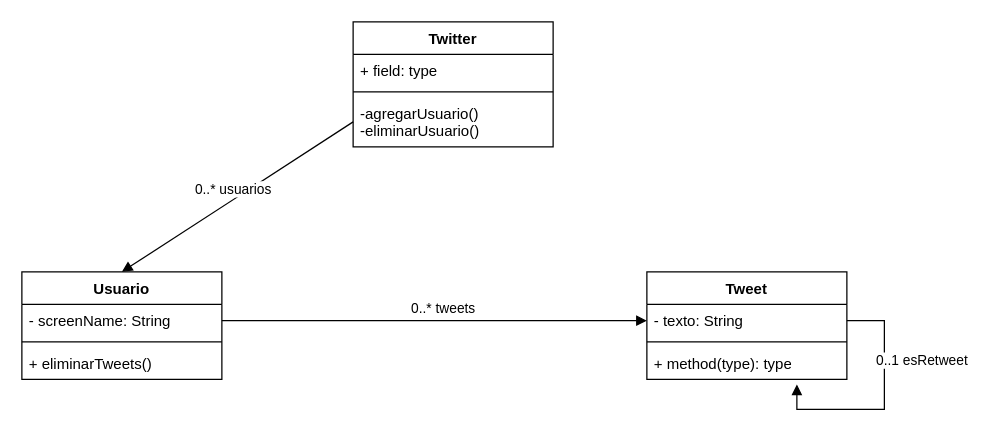
senrasunlp/OO22023 keeps this draw.io diagram as TwitterOO2.drawio. Above is the earlier version. Source tidied: cells renumbered, new cells numbered last; positions are measured from the earlier drawing's top-left corner, leaving out a move shared by most shapes. Both pictures are drawn from the tidied source at 125%, with x=0, y=0 at pixel (21, 21).
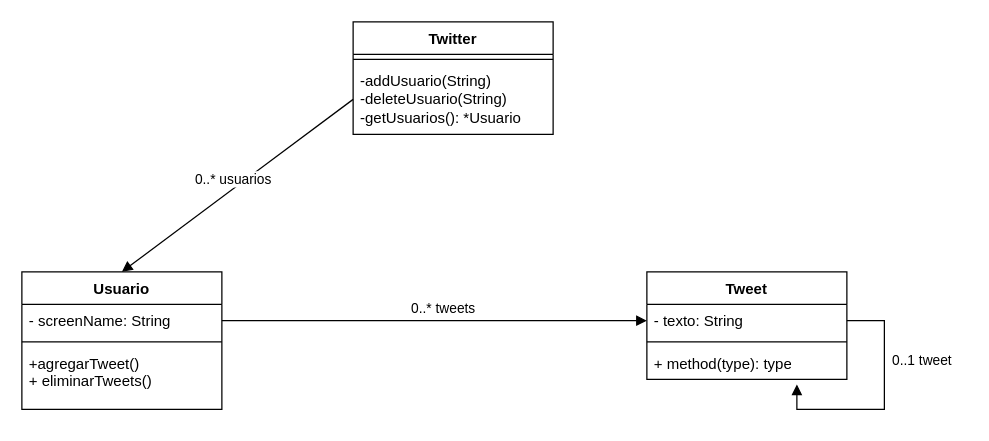
The same diagram, later.

What changed in the source:
```diff
@@
 <mxGraphModel>
   <root>
     <mxCell id="0" />
     <mxCell id="1" parent="0" />
     <mxCell id="2" value="Tweet" style="swimlane;fontStyle=1;align=center;verticalAlign=top;horizontal=1;startSize=26;whiteSpace=wrap;html=1;" parent="1" vertex="1">
       <mxGeometry x="500" y="200" width="160" height="86" as="geometry" />
     </mxCell>
     <mxCell id="3" value="- texto: String" style="text;strokeColor=none;fillColor=none;align=left;verticalAlign=top;spacingLeft=4;spacingRight=4;overflow=hidden;points=[[0,0.5],[1,0.5]];portConstraint=eastwest;whiteSpace=wrap;html=1;" parent="2" vertex="1">
       <mxGeometry y="26" width="160" height="26" as="geometry" />
     </mxCell>
     <mxCell id="4" style="line;strokeWidth=1;fillColor=none;align=left;verticalAlign=middle;spacingTop=-1;spacingLeft=3;spacingRight=3;labelPosition=right;strokeColor=inherit;" parent="2" vertex="1">
       <mxGeometry y="52" width="160" height="8" as="geometry" />
     </mxCell>
     <mxCell id="5" value="+ method(type): type" style="text;strokeColor=none;fillColor=none;align=left;verticalAlign=top;spacingLeft=4;spacingRight=4;overflow=hidden;points=[[0,0.5],[1,0.5]];portConstraint=eastwest;whiteSpace=wrap;html=1;" parent="2" vertex="1">
       <mxGeometry y="60" width="160" height="26" as="geometry" />
     </mxCell>
-    <mxCell id="6" value="0..1 esRetweet" style="html=1;verticalAlign=bottom;endArrow=block;edgeStyle=orthogonalEdgeStyle;elbow=vertical;rounded=0;entryX=0.75;entryY=1.154;entryDx=0;entryDy=0;entryPerimeter=0;exitX=1;exitY=0.5;exitDx=0;exitDy=0;" parent="2" edge="1" source="3" target="5">
+    <mxCell id="6" value="0..1 tweet" style="html=1;verticalAlign=bottom;endArrow=block;edgeStyle=orthogonalEdgeStyle;elbow=vertical;rounded=0;entryX=0.75;entryY=1.154;entryDx=0;entryDy=0;entryPerimeter=0;exitX=1;exitY=0.5;exitDx=0;exitDy=0;" parent="2" edge="1" source="3" target="5">
       <mxGeometry x="-0.26" y="30" relative="1" as="geometry">
         <Array as="points">
           <mxPoint x="190" y="39" />
           <mxPoint x="190" y="110" />
           <mxPoint x="120" y="110" />
         </Array>
       </mxGeometry>
     </mxCell>
     <mxCell id="7" value="Usuario" style="swimlane;fontStyle=1;align=center;verticalAlign=top;horizontal=1;startSize=26;whiteSpace=wrap;html=1;" parent="1" vertex="1">
-      <mxGeometry y="200" width="160" height="86" as="geometry" />
+      <mxGeometry y="200" width="160" height="110" as="geometry" />
     </mxCell>
     <mxCell id="8" value="- screenName: String" style="text;strokeColor=none;fillColor=none;align=left;verticalAlign=top;spacingLeft=4;spacingRight=4;overflow=hidden;points=[[0,0.5],[1,0.5]];portConstraint=eastwest;whiteSpace=wrap;html=1;" parent="7" vertex="1">
       <mxGeometry y="26" width="160" height="26" as="geometry" />
     </mxCell>
     <mxCell id="9" style="line;strokeWidth=1;fillColor=none;align=left;verticalAlign=middle;spacingTop=-1;spacingLeft=3;spacingRight=3;labelPosition=right;strokeColor=inherit;" parent="7" vertex="1">
       <mxGeometry y="52" width="160" height="8" as="geometry" />
     </mxCell>
-    <mxCell id="10" value="+ eliminarTweets()" style="text;strokeColor=none;fillColor=none;align=left;verticalAlign=top;spacingLeft=4;spacingRight=4;overflow=hidden;whiteSpace=wrap;html=1;" parent="7" vertex="1">
-      <mxGeometry y="60" width="160" height="26" as="geometry" />
+    <mxCell id="10" value="+agregarTweet()&lt;br&gt;+ eliminarTweets()" style="text;strokeColor=none;fillColor=none;align=left;verticalAlign=top;spacingLeft=4;spacingRight=4;overflow=hidden;whiteSpace=wrap;html=1;" parent="7" vertex="1">
+      <mxGeometry y="60" width="160" height="50" as="geometry" />
     </mxCell>
     <mxCell id="11" value="Twitter" style="swimlane;fontStyle=1;align=center;verticalAlign=top;horizontal=1;startSize=26;whiteSpace=wrap;html=1;" parent="1" vertex="1">
-      <mxGeometry x="265" width="160" height="100" as="geometry" />
+      <mxGeometry x="265" width="160" height="90" as="geometry" />
     </mxCell>
-    <mxCell id="12" value="+ field: type" style="text;strokeColor=none;fillColor=none;align=left;verticalAlign=top;spacingLeft=4;spacingRight=4;overflow=hidden;whiteSpace=wrap;html=1;" parent="11" vertex="1">
-      <mxGeometry y="26" width="160" height="26" as="geometry" />
-    </mxCell>
     <mxCell id="13" style="line;strokeWidth=1;fillColor=none;align=left;verticalAlign=middle;spacingTop=-1;spacingLeft=3;spacingRight=3;labelPosition=right;strokeColor=inherit;" parent="11" vertex="1">
-      <mxGeometry y="52" width="160" height="8" as="geometry" />
+      <mxGeometry y="26" width="160" height="8" as="geometry" />
     </mxCell>
-    <mxCell id="14" value="-agregarUsuario()&lt;br&gt;-eliminarUsuario()" style="text;strokeColor=none;fillColor=none;align=left;verticalAlign=top;spacingLeft=4;spacingRight=4;overflow=hidden;points=[[0,0.5],[1,0.5]];portConstraint=eastwest;whiteSpace=wrap;html=1;" parent="11" vertex="1">
-      <mxGeometry y="60" width="160" height="40" as="geometry" />
+    <mxCell id="14" value="-addUsuario(String)&lt;br&gt;-deleteUsuario(String)&lt;br&gt;-getUsuarios(): *Usuario" style="text;strokeColor=none;fillColor=none;align=left;verticalAlign=top;spacingLeft=4;spacingRight=4;overflow=hidden;points=[[0,0.5],[1,0.5]];portConstraint=eastwest;whiteSpace=wrap;html=1;" parent="11" vertex="1">
+      <mxGeometry y="34" width="160" height="56" as="geometry" />
     </mxCell>
     <mxCell id="15" value="0..* usuarios" style="html=1;verticalAlign=bottom;endArrow=block;elbow=vertical;rounded=0;exitX=0;exitY=0.5;exitDx=0;exitDy=0;entryX=0.5;entryY=0;entryDx=0;entryDy=0;" parent="1" edge="1" source="14" target="7">
       <mxGeometry x="0.04" y="1" relative="1" as="geometry" />
     </mxCell>
     <mxCell id="16" value="0..* tweets" style="html=1;verticalAlign=bottom;endArrow=block;elbow=vertical;rounded=0;exitX=1;exitY=0.5;exitDx=0;exitDy=0;entryX=0;entryY=0.5;entryDx=0;entryDy=0;" parent="1" edge="1" source="8" target="3">
       <mxGeometry x="0.04" y="1" relative="1" as="geometry" />
     </mxCell>
   </root>
 </mxGraphModel>
```
